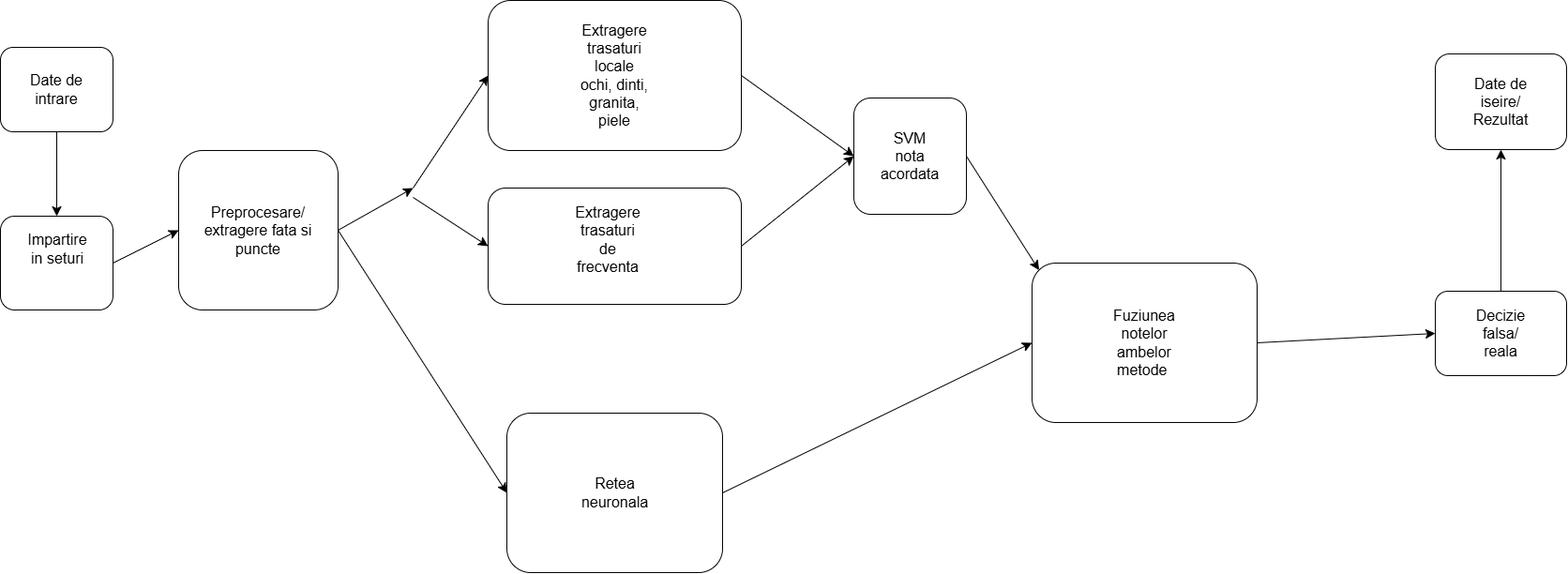
eliasultan/Proiect-PI keeps this draw.io diagram as Schema_Bloc_Arhitectura.png. Above is the earlier version. Source tidied: cells renumbered, new cells last; positions are measured from the earlier drawing's top-left corner, leaving out a move shared by most shapes.
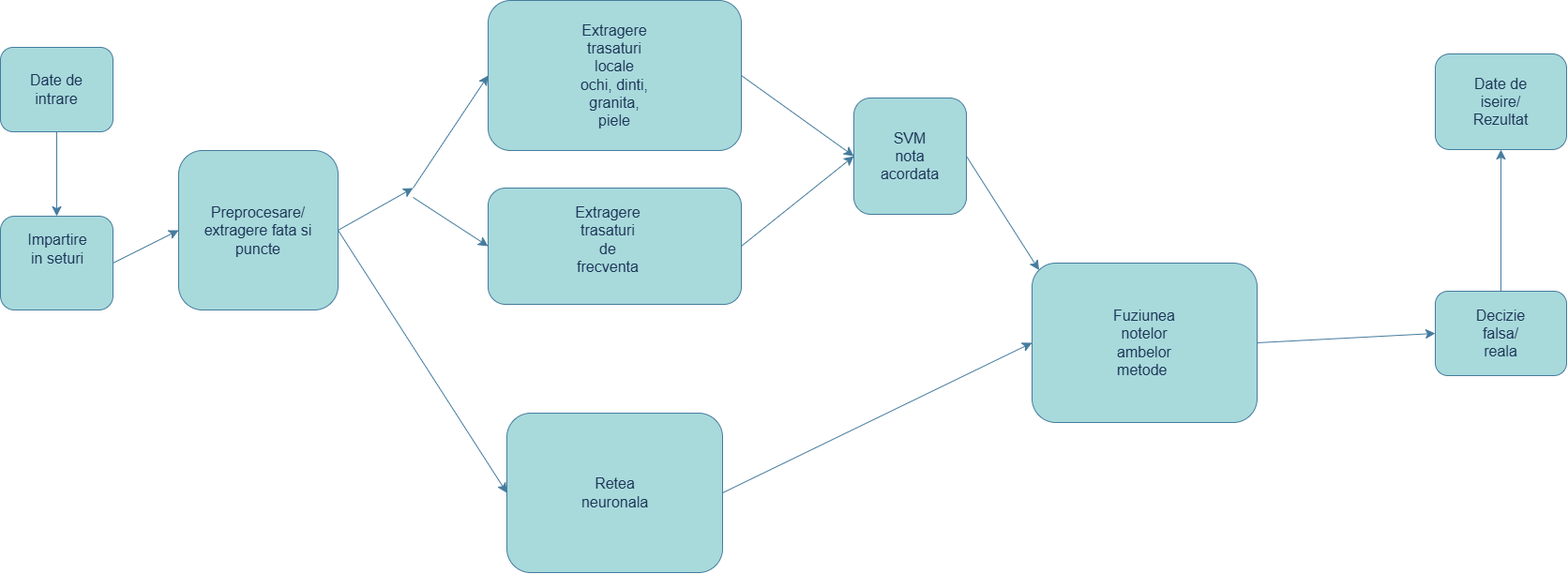
Above is the later version.

Diff of the diagram source:
```diff
@@ -2,106 +2,106 @@
   <root>
     <mxCell id="0" />
     <mxCell id="1" parent="0" />
-    <mxCell id="2" style="rounded=1;whiteSpace=wrap;html=1;roundedPerimeter=1;" parent="1" vertex="1">
+    <mxCell id="2" style="rounded=1;whiteSpace=wrap;html=1;roundedPerimeter=1;labelBackgroundColor=none;fillColor=#A8DADC;strokeColor=#457B9D;fontColor=#1D3557;" parent="1" vertex="1">
       <mxGeometry y="50" width="120" height="90" as="geometry" />
     </mxCell>
-    <mxCell id="3" value="Date de intrare" style="text;html=1;whiteSpace=wrap;strokeColor=none;fillColor=none;align=center;verticalAlign=middle;rounded=0;fontSize=16;" parent="1" vertex="1">
+    <mxCell id="3" value="Date de intrare" style="text;html=1;whiteSpace=wrap;strokeColor=none;fillColor=none;align=center;verticalAlign=middle;rounded=0;fontSize=16;labelBackgroundColor=none;fontColor=#1D3557;" parent="1" vertex="1">
       <mxGeometry x="30" y="80" width="60" height="30" as="geometry" />
     </mxCell>
-    <mxCell id="4" style="rounded=1;whiteSpace=wrap;html=1;roundedPerimeter=1;" parent="1" vertex="1">
+    <mxCell id="4" style="rounded=1;whiteSpace=wrap;html=1;roundedPerimeter=1;labelBackgroundColor=none;fillColor=#A8DADC;strokeColor=#457B9D;fontColor=#1D3557;" parent="1" vertex="1">
       <mxGeometry y="230" width="120" height="100" as="geometry" />
     </mxCell>
-    <mxCell id="5" value="Impartire in seturi" style="text;html=1;whiteSpace=wrap;strokeColor=none;fillColor=none;align=center;verticalAlign=middle;rounded=0;fontSize=16;" parent="1" vertex="1">
+    <mxCell id="5" value="Impartire in seturi" style="text;html=1;whiteSpace=wrap;strokeColor=none;fillColor=none;align=center;verticalAlign=middle;rounded=0;fontSize=16;labelBackgroundColor=none;fontColor=#1D3557;" parent="1" vertex="1">
       <mxGeometry x="31" y="250" width="60" height="30" as="geometry" />
     </mxCell>
-    <mxCell id="6" style="endArrow=classic;html=1;rounded=0;fontSize=12;startSize=8;endSize=8;curved=1;exitX=0.5;exitY=1;exitDx=0;exitDy=0;entryX=0.5;entryY=0;entryDx=0;entryDy=0;" parent="1" edge="1" source="2" target="4">
+    <mxCell id="6" style="endArrow=classic;html=1;rounded=0;fontSize=12;startSize=8;endSize=8;curved=1;exitX=0.5;exitY=1;exitDx=0;exitDy=0;entryX=0.5;entryY=0;entryDx=0;entryDy=0;labelBackgroundColor=none;strokeColor=#457B9D;fontColor=default;" parent="1" edge="1" source="2" target="4">
       <mxGeometry relative="1" as="geometry" />
     </mxCell>
-    <mxCell id="7" style="rounded=1;whiteSpace=wrap;html=1;roundedPerimeter=1;" parent="1" vertex="1">
+    <mxCell id="7" style="rounded=1;whiteSpace=wrap;html=1;roundedPerimeter=1;labelBackgroundColor=none;fillColor=#A8DADC;strokeColor=#457B9D;fontColor=#1D3557;" parent="1" vertex="1">
       <mxGeometry x="190" y="160" width="170" height="170" as="geometry" />
     </mxCell>
-    <mxCell id="8" value="Preprocesare/ extragere fata si puncte&lt;div&gt;&lt;br&gt;&lt;/div&gt;" style="text;html=1;whiteSpace=wrap;strokeColor=none;fillColor=none;align=center;verticalAlign=middle;rounded=0;fontSize=16;" parent="1" vertex="1">
+    <mxCell id="8" value="Preprocesare/ extragere fata si puncte&lt;div&gt;&lt;br&gt;&lt;/div&gt;" style="text;html=1;whiteSpace=wrap;strokeColor=none;fillColor=none;align=center;verticalAlign=middle;rounded=0;fontSize=16;labelBackgroundColor=none;fontColor=#1D3557;" parent="1" vertex="1">
       <mxGeometry x="215" y="192.5" width="120" height="125" as="geometry" />
     </mxCell>
-    <mxCell id="9" style="endArrow=classic;html=1;rounded=0;fontSize=12;startSize=8;endSize=8;curved=1;exitX=1;exitY=0.5;exitDx=0;exitDy=0;entryX=0;entryY=0.5;entryDx=0;entryDy=0;" parent="1" edge="1" source="4" target="7">
+    <mxCell id="9" style="endArrow=classic;html=1;rounded=0;fontSize=12;startSize=8;endSize=8;curved=1;exitX=1;exitY=0.5;exitDx=0;exitDy=0;entryX=0;entryY=0.5;entryDx=0;entryDy=0;labelBackgroundColor=none;strokeColor=#457B9D;fontColor=default;" parent="1" edge="1" source="4" target="7">
       <mxGeometry relative="1" as="geometry" />
     </mxCell>
-    <mxCell id="10" style="rounded=1;whiteSpace=wrap;html=1;roundedPerimeter=1;" parent="1" vertex="1">
+    <mxCell id="10" style="rounded=1;whiteSpace=wrap;html=1;roundedPerimeter=1;labelBackgroundColor=none;fillColor=#A8DADC;strokeColor=#457B9D;fontColor=#1D3557;" parent="1" vertex="1">
       <mxGeometry x="520" width="270" height="160" as="geometry" />
     </mxCell>
-    <mxCell id="11" value="Extragere trasaturi locale&lt;br&gt;ochi, dinti, granita, piele" style="text;html=1;whiteSpace=wrap;strokeColor=none;fillColor=none;align=center;verticalAlign=middle;rounded=0;fontSize=16;" parent="1" vertex="1">
+    <mxCell id="11" value="Extragere trasaturi locale&lt;br&gt;ochi, dinti, granita, piele" style="text;html=1;whiteSpace=wrap;strokeColor=none;fillColor=none;align=center;verticalAlign=middle;rounded=0;fontSize=16;labelBackgroundColor=none;fontColor=#1D3557;" parent="1" vertex="1">
       <mxGeometry x="610" y="42.5" width="90" height="75" as="geometry" />
     </mxCell>
-    <mxCell id="12" style="endArrow=classic;html=1;rounded=0;fontSize=12;startSize=8;endSize=8;curved=1;exitX=1;exitY=0.5;exitDx=0;exitDy=0;" parent="1" edge="1" source="7">
+    <mxCell id="12" style="endArrow=classic;html=1;rounded=0;fontSize=12;startSize=8;endSize=8;curved=1;exitX=1;exitY=0.5;exitDx=0;exitDy=0;labelBackgroundColor=none;strokeColor=#457B9D;fontColor=default;" parent="1" edge="1" source="7">
       <mxGeometry relative="1" as="geometry">
         <mxPoint x="440" y="200" as="targetPoint" />
       </mxGeometry>
     </mxCell>
-    <mxCell id="13" style="rounded=1;whiteSpace=wrap;html=1;roundedPerimeter=1;" parent="1" vertex="1">
+    <mxCell id="13" style="rounded=1;whiteSpace=wrap;html=1;roundedPerimeter=1;labelBackgroundColor=none;fillColor=#A8DADC;strokeColor=#457B9D;fontColor=#1D3557;" parent="1" vertex="1">
       <mxGeometry x="910" y="104" width="120" height="124" as="geometry" />
     </mxCell>
-    <mxCell id="14" value="SVM&lt;br&gt;nota acordata" style="text;html=1;whiteSpace=wrap;strokeColor=none;fillColor=none;align=center;verticalAlign=middle;rounded=0;fontSize=16;" parent="1" vertex="1">
+    <mxCell id="14" value="SVM&lt;br&gt;nota acordata" style="text;html=1;whiteSpace=wrap;strokeColor=none;fillColor=none;align=center;verticalAlign=middle;rounded=0;fontSize=16;labelBackgroundColor=none;fontColor=#1D3557;" parent="1" vertex="1">
       <mxGeometry x="940" y="151" width="60" height="30" as="geometry" />
     </mxCell>
-    <mxCell id="15" style="endArrow=classic;html=1;rounded=0;fontSize=12;startSize=8;endSize=8;curved=1;exitX=1;exitY=0.5;exitDx=0;exitDy=0;entryX=0;entryY=0.5;entryDx=0;entryDy=0;" parent="1" edge="1" source="10" target="13">
+    <mxCell id="15" style="endArrow=classic;html=1;rounded=0;fontSize=12;startSize=8;endSize=8;curved=1;exitX=1;exitY=0.5;exitDx=0;exitDy=0;entryX=0;entryY=0.5;entryDx=0;entryDy=0;labelBackgroundColor=none;strokeColor=#457B9D;fontColor=default;" parent="1" edge="1" source="10" target="13">
       <mxGeometry relative="1" as="geometry" />
     </mxCell>
-    <mxCell id="16" style="rounded=1;whiteSpace=wrap;html=1;roundedPerimeter=1;" parent="1" vertex="1">
+    <mxCell id="16" style="rounded=1;whiteSpace=wrap;html=1;roundedPerimeter=1;labelBackgroundColor=none;fillColor=#A8DADC;strokeColor=#457B9D;fontColor=#1D3557;" parent="1" vertex="1">
       <mxGeometry x="540" y="440" width="230" height="170" as="geometry" />
     </mxCell>
-    <mxCell id="17" value="Retea neuronala" style="text;html=1;whiteSpace=wrap;strokeColor=none;fillColor=none;align=center;verticalAlign=middle;rounded=0;fontSize=16;" parent="1" vertex="1">
+    <mxCell id="17" value="Retea neuronala" style="text;html=1;whiteSpace=wrap;strokeColor=none;fillColor=none;align=center;verticalAlign=middle;rounded=0;fontSize=16;labelBackgroundColor=none;fontColor=#1D3557;" parent="1" vertex="1">
       <mxGeometry x="617.5" y="500" width="75" height="50" as="geometry" />
     </mxCell>
-    <mxCell id="18" style="endArrow=classic;html=1;rounded=0;fontSize=12;startSize=8;endSize=8;curved=1;exitX=1;exitY=0.5;exitDx=0;exitDy=0;entryX=0;entryY=0.5;entryDx=0;entryDy=0;" parent="1" edge="1" source="7" target="16">
+    <mxCell id="18" style="endArrow=classic;html=1;rounded=0;fontSize=12;startSize=8;endSize=8;curved=1;exitX=1;exitY=0.5;exitDx=0;exitDy=0;entryX=0;entryY=0.5;entryDx=0;entryDy=0;labelBackgroundColor=none;strokeColor=#457B9D;fontColor=default;" parent="1" edge="1" source="7" target="16">
       <mxGeometry relative="1" as="geometry" />
     </mxCell>
-    <mxCell id="19" style="rounded=1;whiteSpace=wrap;html=1;roundedPerimeter=1;" parent="1" vertex="1">
+    <mxCell id="19" style="rounded=1;whiteSpace=wrap;html=1;roundedPerimeter=1;labelBackgroundColor=none;fillColor=#A8DADC;strokeColor=#457B9D;fontColor=#1D3557;" parent="1" vertex="1">
       <mxGeometry x="1100" y="280" width="240" height="170" as="geometry" />
     </mxCell>
-    <mxCell id="20" value="Fuziunea notelor ambelor metode&amp;nbsp;" style="text;html=1;whiteSpace=wrap;strokeColor=none;fillColor=none;align=center;verticalAlign=middle;rounded=0;fontSize=16;" parent="1" vertex="1">
+    <mxCell id="20" value="Fuziunea notelor ambelor metode&amp;nbsp;" style="text;html=1;whiteSpace=wrap;strokeColor=none;fillColor=none;align=center;verticalAlign=middle;rounded=0;fontSize=16;labelBackgroundColor=none;fontColor=#1D3557;" parent="1" vertex="1">
       <mxGeometry x="1190" y="340" width="60" height="50" as="geometry" />
     </mxCell>
-    <mxCell id="21" style="endArrow=classic;html=1;rounded=0;fontSize=12;startSize=8;endSize=8;curved=1;exitX=1;exitY=0.5;exitDx=0;exitDy=0;entryX=0;entryY=0.5;entryDx=0;entryDy=0;" parent="1" edge="1" source="16" target="19">
+    <mxCell id="21" style="endArrow=classic;html=1;rounded=0;fontSize=12;startSize=8;endSize=8;curved=1;exitX=1;exitY=0.5;exitDx=0;exitDy=0;entryX=0;entryY=0.5;entryDx=0;entryDy=0;labelBackgroundColor=none;strokeColor=#457B9D;fontColor=default;" parent="1" edge="1" source="16" target="19">
       <mxGeometry relative="1" as="geometry" />
     </mxCell>
-    <mxCell id="22" style="rounded=1;whiteSpace=wrap;html=1;roundedPerimeter=1;" parent="1" vertex="1">
+    <mxCell id="22" style="rounded=1;whiteSpace=wrap;html=1;roundedPerimeter=1;labelBackgroundColor=none;fillColor=#A8DADC;strokeColor=#457B9D;fontColor=#1D3557;" parent="1" vertex="1">
       <mxGeometry x="1530" y="310" width="140" height="90" as="geometry" />
     </mxCell>
-    <mxCell id="23" value="Decizie falsa/ reala" style="text;html=1;whiteSpace=wrap;strokeColor=none;fillColor=none;align=center;verticalAlign=middle;rounded=0;fontSize=16;" parent="1" vertex="1">
+    <mxCell id="23" value="Decizie falsa/ reala" style="text;html=1;whiteSpace=wrap;strokeColor=none;fillColor=none;align=center;verticalAlign=middle;rounded=0;fontSize=16;labelBackgroundColor=none;fontColor=#1D3557;" parent="1" vertex="1">
       <mxGeometry x="1570" y="340" width="60" height="30" as="geometry" />
     </mxCell>
-    <mxCell id="24" style="rounded=1;whiteSpace=wrap;html=1;roundedPerimeter=1;" parent="1" vertex="1">
+    <mxCell id="24" style="rounded=1;whiteSpace=wrap;html=1;roundedPerimeter=1;labelBackgroundColor=none;fillColor=#A8DADC;strokeColor=#457B9D;fontColor=#1D3557;" parent="1" vertex="1">
       <mxGeometry x="1530" y="57" width="140" height="102" as="geometry" />
     </mxCell>
-    <mxCell id="25" value="Date de iseire/ Rezultat" style="text;html=1;whiteSpace=wrap;strokeColor=none;fillColor=none;align=center;verticalAlign=middle;rounded=0;fontSize=16;" parent="1" vertex="1">
+    <mxCell id="25" value="Date de iseire/ Rezultat" style="text;html=1;whiteSpace=wrap;strokeColor=none;fillColor=none;align=center;verticalAlign=middle;rounded=0;fontSize=16;labelBackgroundColor=none;fontColor=#1D3557;" parent="1" vertex="1">
       <mxGeometry x="1570" y="93" width="60" height="30" as="geometry" />
     </mxCell>
-    <mxCell id="26" style="endArrow=classic;html=1;rounded=0;fontSize=12;startSize=8;endSize=8;curved=1;exitX=0.5;exitY=0;exitDx=0;exitDy=0;entryX=0.5;entryY=1;entryDx=0;entryDy=0;" parent="1" edge="1" source="22" target="24">
+    <mxCell id="26" style="endArrow=classic;html=1;rounded=0;fontSize=12;startSize=8;endSize=8;curved=1;exitX=0.5;exitY=0;exitDx=0;exitDy=0;entryX=0.5;entryY=1;entryDx=0;entryDy=0;labelBackgroundColor=none;strokeColor=#457B9D;fontColor=default;" parent="1" edge="1" source="22" target="24">
       <mxGeometry relative="1" as="geometry" />
     </mxCell>
-    <mxCell id="27" style="rounded=1;whiteSpace=wrap;html=1;roundedPerimeter=1;" parent="1" vertex="1">
+    <mxCell id="27" style="rounded=1;whiteSpace=wrap;html=1;roundedPerimeter=1;labelBackgroundColor=none;fillColor=#A8DADC;strokeColor=#457B9D;fontColor=#1D3557;" parent="1" vertex="1">
       <mxGeometry x="520" y="200" width="270" height="124" as="geometry" />
     </mxCell>
-    <mxCell id="28" value="Extragere trasaturi de frecventa" style="text;html=1;whiteSpace=wrap;strokeColor=none;fillColor=none;align=center;verticalAlign=middle;rounded=0;fontSize=16;" parent="1" vertex="1">
+    <mxCell id="28" value="Extragere trasaturi de frecventa" style="text;html=1;whiteSpace=wrap;strokeColor=none;fillColor=none;align=center;verticalAlign=middle;rounded=0;fontSize=16;labelBackgroundColor=none;fontColor=#1D3557;" parent="1" vertex="1">
       <mxGeometry x="617.5" y="240" width="60" height="30" as="geometry" />
     </mxCell>
-    <mxCell id="29" style="endArrow=classic;html=1;rounded=0;fontSize=12;defaultLabelBackgroundColor=page;startSize=8;endSize=8;curved=1;entryX=0;entryY=0.5;entryDx=0;entryDy=0;" parent="1" edge="1" target="10">
+    <mxCell id="29" style="endArrow=classic;html=1;rounded=0;fontSize=12;defaultLabelBackgroundColor=page;startSize=8;endSize=8;curved=1;entryX=0;entryY=0.5;entryDx=0;entryDy=0;labelBackgroundColor=none;strokeColor=#457B9D;fontColor=default;" parent="1" edge="1" target="10">
       <mxGeometry relative="1" as="geometry">
         <mxPoint x="440" y="200" as="sourcePoint" />
       </mxGeometry>
     </mxCell>
-    <mxCell id="30" style="endArrow=classic;html=1;rounded=0;fontSize=12;defaultLabelBackgroundColor=page;startSize=8;endSize=8;curved=1;entryX=0;entryY=0.5;entryDx=0;entryDy=0;" parent="1" edge="1" target="27">
+    <mxCell id="30" style="endArrow=classic;html=1;rounded=0;fontSize=12;defaultLabelBackgroundColor=page;startSize=8;endSize=8;curved=1;entryX=0;entryY=0.5;entryDx=0;entryDy=0;labelBackgroundColor=none;strokeColor=#457B9D;fontColor=default;" parent="1" edge="1" target="27">
       <mxGeometry relative="1" as="geometry">
         <mxPoint x="440" y="210" as="sourcePoint" />
       </mxGeometry>
     </mxCell>
-    <mxCell id="31" style="endArrow=classic;html=1;rounded=0;fontSize=12;defaultLabelBackgroundColor=page;startSize=8;endSize=8;curved=1;exitX=1;exitY=0.5;exitDx=0;exitDy=0;entryX=0;entryY=0.5;entryDx=0;entryDy=0;" parent="1" edge="1" source="19" target="22">
+    <mxCell id="31" style="endArrow=classic;html=1;rounded=0;fontSize=12;defaultLabelBackgroundColor=page;startSize=8;endSize=8;curved=1;exitX=1;exitY=0.5;exitDx=0;exitDy=0;entryX=0;entryY=0.5;entryDx=0;entryDy=0;labelBackgroundColor=none;strokeColor=#457B9D;fontColor=default;" parent="1" edge="1" source="19" target="22">
       <mxGeometry relative="1" as="geometry" />
     </mxCell>
-    <mxCell id="32" style="endArrow=classic;html=1;rounded=0;fontSize=12;defaultLabelBackgroundColor=page;startSize=8;endSize=8;curved=1;exitX=1;exitY=0.5;exitDx=0;exitDy=0;entryX=0;entryY=0.5;entryDx=0;entryDy=0;" parent="1" edge="1" source="27" target="13">
+    <mxCell id="32" style="endArrow=classic;html=1;rounded=0;fontSize=12;defaultLabelBackgroundColor=page;startSize=8;endSize=8;curved=1;exitX=1;exitY=0.5;exitDx=0;exitDy=0;entryX=0;entryY=0.5;entryDx=0;entryDy=0;labelBackgroundColor=none;strokeColor=#457B9D;fontColor=default;" parent="1" edge="1" source="27" target="13">
       <mxGeometry relative="1" as="geometry" />
     </mxCell>
-    <mxCell id="33" style="endArrow=classic;html=1;rounded=0;fontSize=12;defaultLabelBackgroundColor=page;startSize=8;endSize=8;curved=1;exitX=1;exitY=0.5;exitDx=0;exitDy=0;entryX=0;entryY=0;entryDx=0;entryDy=0;" parent="1" edge="1" source="13" target="19">
+    <mxCell id="33" style="endArrow=classic;html=1;rounded=0;fontSize=12;defaultLabelBackgroundColor=page;startSize=8;endSize=8;curved=1;exitX=1;exitY=0.5;exitDx=0;exitDy=0;entryX=0;entryY=0;entryDx=0;entryDy=0;labelBackgroundColor=none;strokeColor=#457B9D;fontColor=default;" parent="1" edge="1" source="13" target="19">
       <mxGeometry relative="1" as="geometry" />
     </mxCell>
   </root>
```
